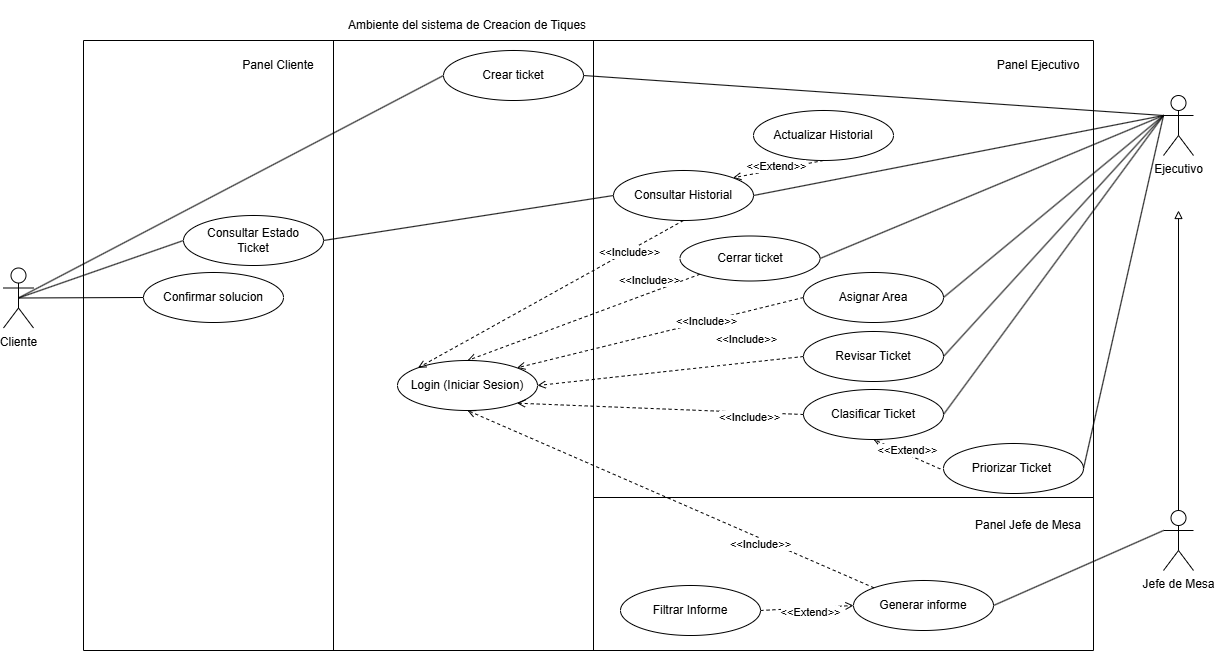
Above: Diagramas/Usecase-Actualizado.png in jorgeortizcastillo2020-hue/IEC_C2_N1-Sistema-de-creacion-de-Tiques-JJR (draw.io), before the change. Source tidied: cells renumbered, new cells last; positions are measured from the earlier drawing's top-left corner, leaving out a move shared by most shapes.
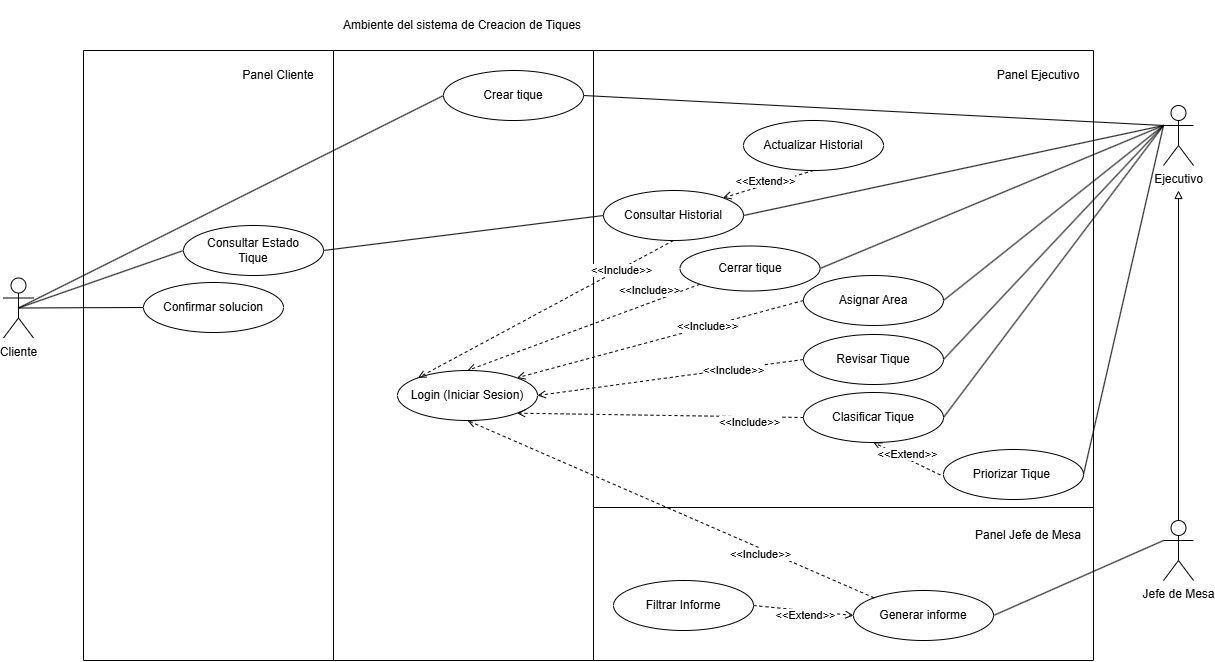
Later version of the same file.

Change to the diagram source:
```diff
@@ -17,10 +17,10 @@
     <mxCell id="6" style="swimlane;startSize=0;" parent="1" vertex="1">
       <mxGeometry x="80" y="40" width="1010" height="610" as="geometry" />
     </mxCell>
-    <mxCell id="7" value="Crear ticket" style="ellipse;whiteSpace=wrap;html=1;" parent="6" vertex="1">
-      <mxGeometry x="360" y="10" width="140" height="50" as="geometry" />
+    <mxCell id="7" value="Crear tique" style="ellipse;whiteSpace=wrap;html=1;" parent="6" vertex="1">
+      <mxGeometry x="360" y="20" width="140" height="50" as="geometry" />
     </mxCell>
-    <mxCell id="8" value="Consultar Estado&lt;div&gt;Ticket&lt;/div&gt;" style="ellipse;whiteSpace=wrap;html=1;" parent="6" vertex="1">
+    <mxCell id="8" value="Consultar Estado&lt;div&gt;Tique&lt;/div&gt;" style="ellipse;whiteSpace=wrap;html=1;" parent="6" vertex="1">
       <mxGeometry x="100" y="175" width="140" height="50" as="geometry" />
     </mxCell>
     <mxCell id="9" value="Confirmar solucion" style="ellipse;whiteSpace=wrap;html=1;" parent="6" vertex="1">
@@ -43,17 +43,17 @@
     </mxCell>
     <mxCell id="14" value="&amp;lt;&amp;lt;Include&amp;gt;&amp;gt;" style="edgeLabel;html=1;align=center;verticalAlign=middle;" parent="13" vertex="1">
       <mxGeometry x="-0.17" y="3" relative="1" as="geometry">
-        <mxPoint x="52" y="-32" as="offset" />
+        <mxPoint x="39" y="-7" as="offset" />
       </mxGeometry>
     </mxCell>
-    <mxCell id="15" value="Revisar Ticket" style="ellipse;whiteSpace=wrap;html=1;" parent="6" vertex="1">
-      <mxGeometry x="720" y="291" width="140" height="50" as="geometry" />
+    <mxCell id="15" value="Revisar Tique" style="ellipse;whiteSpace=wrap;html=1;" parent="6" vertex="1">
+      <mxGeometry x="720" y="284" width="140" height="50" as="geometry" />
     </mxCell>
     <mxCell id="16" value="Asignar Area" style="ellipse;whiteSpace=wrap;html=1;" parent="6" vertex="1">
-      <mxGeometry x="720" y="232" width="140" height="50" as="geometry" />
+      <mxGeometry x="720" y="225" width="140" height="50" as="geometry" />
     </mxCell>
     <mxCell id="17" value="Actualizar Historial" style="ellipse;whiteSpace=wrap;html=1;" parent="6" vertex="1">
-      <mxGeometry x="670" y="70" width="140" height="50" as="geometry" />
+      <mxGeometry x="660" y="70" width="140" height="50" as="geometry" />
     </mxCell>
     <mxCell id="18" style="rounded=0;jettySize=auto;html=1;entryX=0.5;entryY=0;entryDx=0;entryDy=0;dashed=1;endArrow=open;endFill=0;exitX=0;exitY=1;exitDx=0;exitDy=0;" parent="6" edge="1" source="20" target="28">
       <mxGeometry relative="1" as="geometry" />
@@ -63,14 +63,14 @@
         <mxPoint x="17" y="-15" as="offset" />
       </mxGeometry>
     </mxCell>
-    <mxCell id="20" value="Cerrar ticket" style="ellipse;whiteSpace=wrap;html=1;" parent="6" vertex="1">
+    <mxCell id="20" value="Cerrar tique" style="ellipse;whiteSpace=wrap;html=1;" parent="6" vertex="1">
       <mxGeometry x="596.5" y="195.5" width="140" height="45" as="geometry" />
     </mxCell>
-    <mxCell id="21" value="Clasificar Ticket" style="ellipse;whiteSpace=wrap;html=1;" parent="6" vertex="1">
-      <mxGeometry x="720" y="349" width="140" height="50" as="geometry" />
+    <mxCell id="21" value="Clasificar Tique" style="ellipse;whiteSpace=wrap;html=1;" parent="6" vertex="1">
+      <mxGeometry x="720" y="342" width="140" height="50" as="geometry" />
     </mxCell>
     <mxCell id="22" value="Consultar Historial" style="ellipse;whiteSpace=wrap;html=1;" parent="6" vertex="1">
-      <mxGeometry x="530" y="130" width="140" height="50" as="geometry" />
+      <mxGeometry x="520" y="140" width="140" height="50" as="geometry" />
     </mxCell>
     <mxCell id="23" value="Generar informe" style="ellipse;whiteSpace=wrap;html=1;" parent="6" vertex="1">
       <mxGeometry x="770" y="540" width="140" height="50" as="geometry" />
@@ -82,7 +82,7 @@
       <mxGeometry x="0.04" y="-4" relative="1" as="geometry" />
     </mxCell>
     <mxCell id="26" value="Filtrar Informe" style="ellipse;whiteSpace=wrap;html=1;" parent="6" vertex="1">
-      <mxGeometry x="537" y="545" width="140" height="50" as="geometry" />
+      <mxGeometry x="530" y="530" width="140" height="50" as="geometry" />
     </mxCell>
     <mxCell id="27" style="line;strokeWidth=1;fillColor=none;align=left;verticalAlign=middle;spacingTop=-1;spacingLeft=3;spacingRight=3;labelPosition=right;strokeColor=inherit;" parent="6" vertex="1">
       <mxGeometry x="510" y="453" width="500" height="8" as="geometry" />
@@ -120,8 +120,8 @@
     <mxCell id="36" value="Panel Jefe de Mesa" style="text;html=1;whiteSpace=wrap;strokeColor=none;fillColor=none;align=center;verticalAlign=middle;rounded=0;" parent="6" vertex="1">
       <mxGeometry x="890" y="470" width="110" height="30" as="geometry" />
     </mxCell>
-    <mxCell id="37" value="Priorizar Ticket&amp;nbsp;" style="ellipse;whiteSpace=wrap;html=1;" parent="6" vertex="1">
-      <mxGeometry x="860" y="403" width="140" height="50" as="geometry" />
+    <mxCell id="37" value="Priorizar Tique&amp;nbsp;" style="ellipse;whiteSpace=wrap;html=1;" parent="6" vertex="1">
+      <mxGeometry x="860" y="399" width="140" height="50" as="geometry" />
     </mxCell>
     <mxCell id="38" style="rounded=0;jettySize=auto;html=1;exitX=-0.023;exitY=0.509;exitDx=0;exitDy=0;entryX=0.5;entryY=1;entryDx=0;entryDy=0;endArrow=open;endFill=0;dashed=1;exitPerimeter=0;" parent="6" edge="1" source="37" target="21">
       <mxGeometry relative="1" as="geometry" />
@@ -151,7 +151,7 @@
     </mxCell>
     <mxCell id="45" style="rounded=0;jettySize=auto;html=1;endArrow=block;endFill=0;" parent="6" edge="1" source="12">
       <mxGeometry relative="1" as="geometry">
-        <mxPoint x="1095" y="170" as="targetPoint" />
+        <mxPoint x="1095" y="140" as="targetPoint" />
       </mxGeometry>
     </mxCell>
     <mxCell id="46" style="rounded=0;jettySize=auto;html=1;exitX=0;exitY=0.3333333333333333;exitDx=0;exitDy=0;entryX=1;entryY=0.5;entryDx=0;entryDy=0;endArrow=none;endFill=0;exitPerimeter=0;" parent="6" edge="1" source="12" target="23">
@@ -161,7 +161,7 @@
       <mxGeometry relative="1" as="geometry" />
     </mxCell>
     <mxCell id="48" value="Ambiente del sistema de Creacion de Tiques" style="text;html=1;whiteSpace=wrap;strokeColor=none;fillColor=none;align=center;verticalAlign=middle;rounded=0;" parent="1" vertex="1">
-      <mxGeometry x="289" width="350" height="50" as="geometry" />
+      <mxGeometry x="284" y="-10" width="350" height="50" as="geometry" />
     </mxCell>
     <mxCell id="49" value="Ejecutivo" style="shape=umlActor;verticalLabelPosition=bottom;verticalAlign=top;html=1;" parent="1" vertex="1">
       <mxGeometry x="1160" y="95" width="30" height="60" as="geometry" />
```
